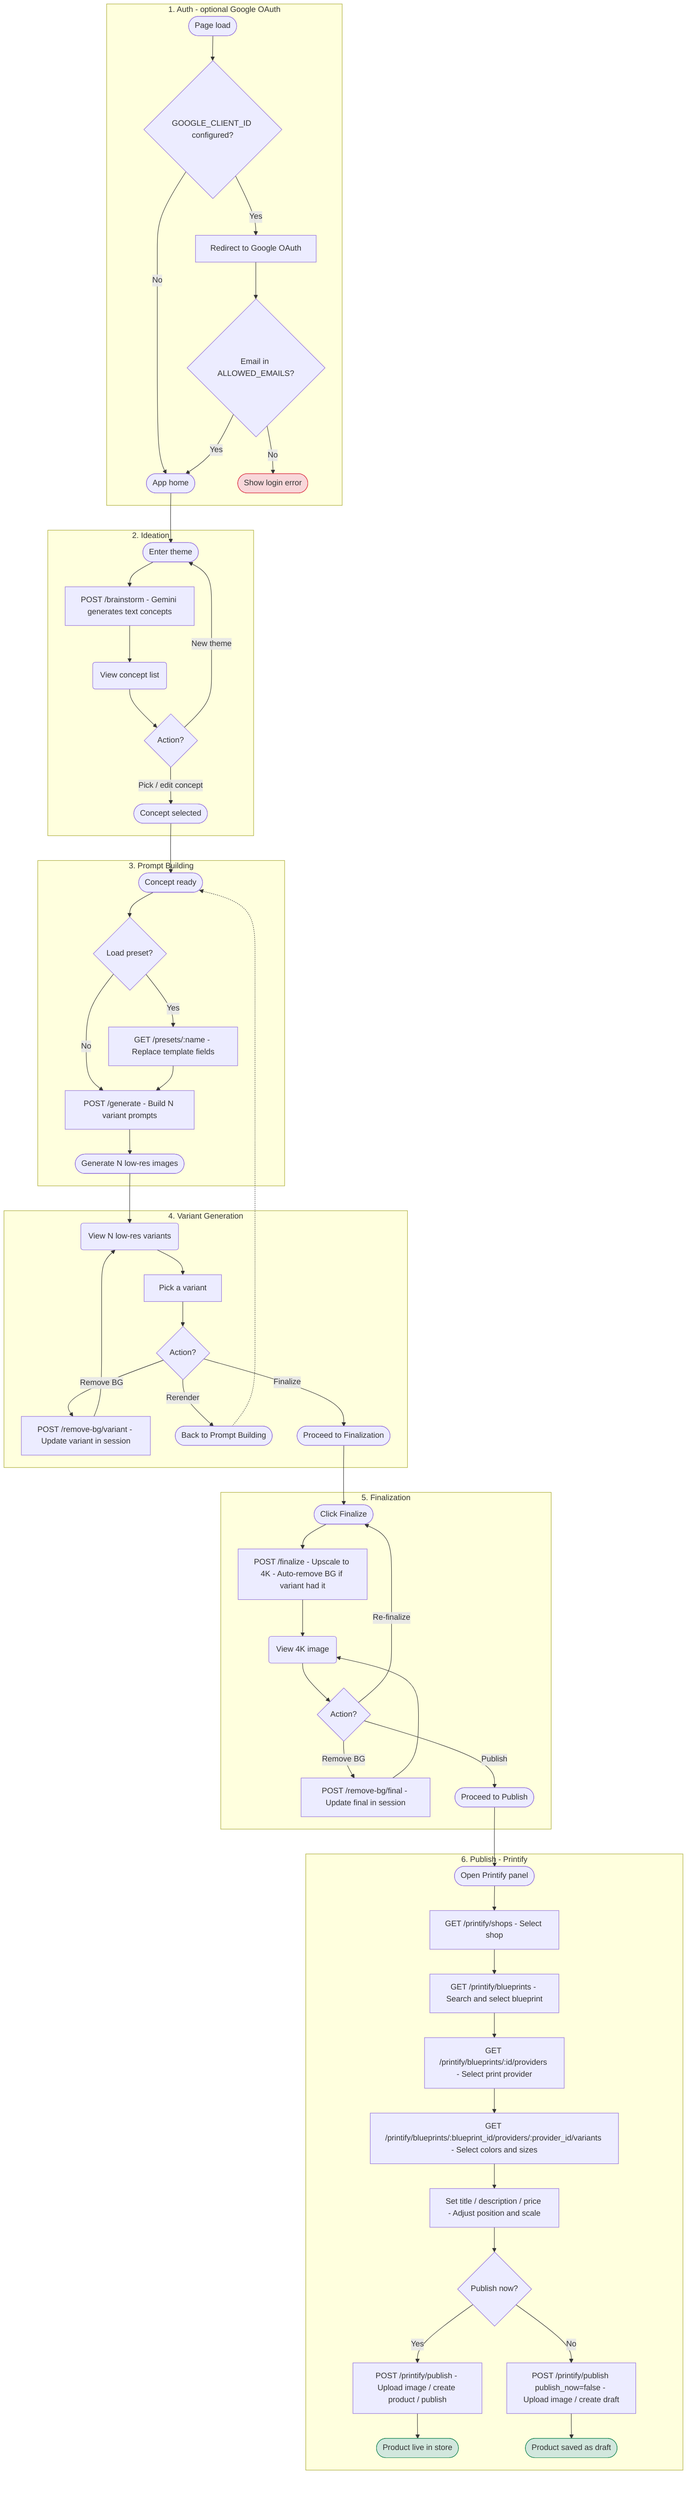
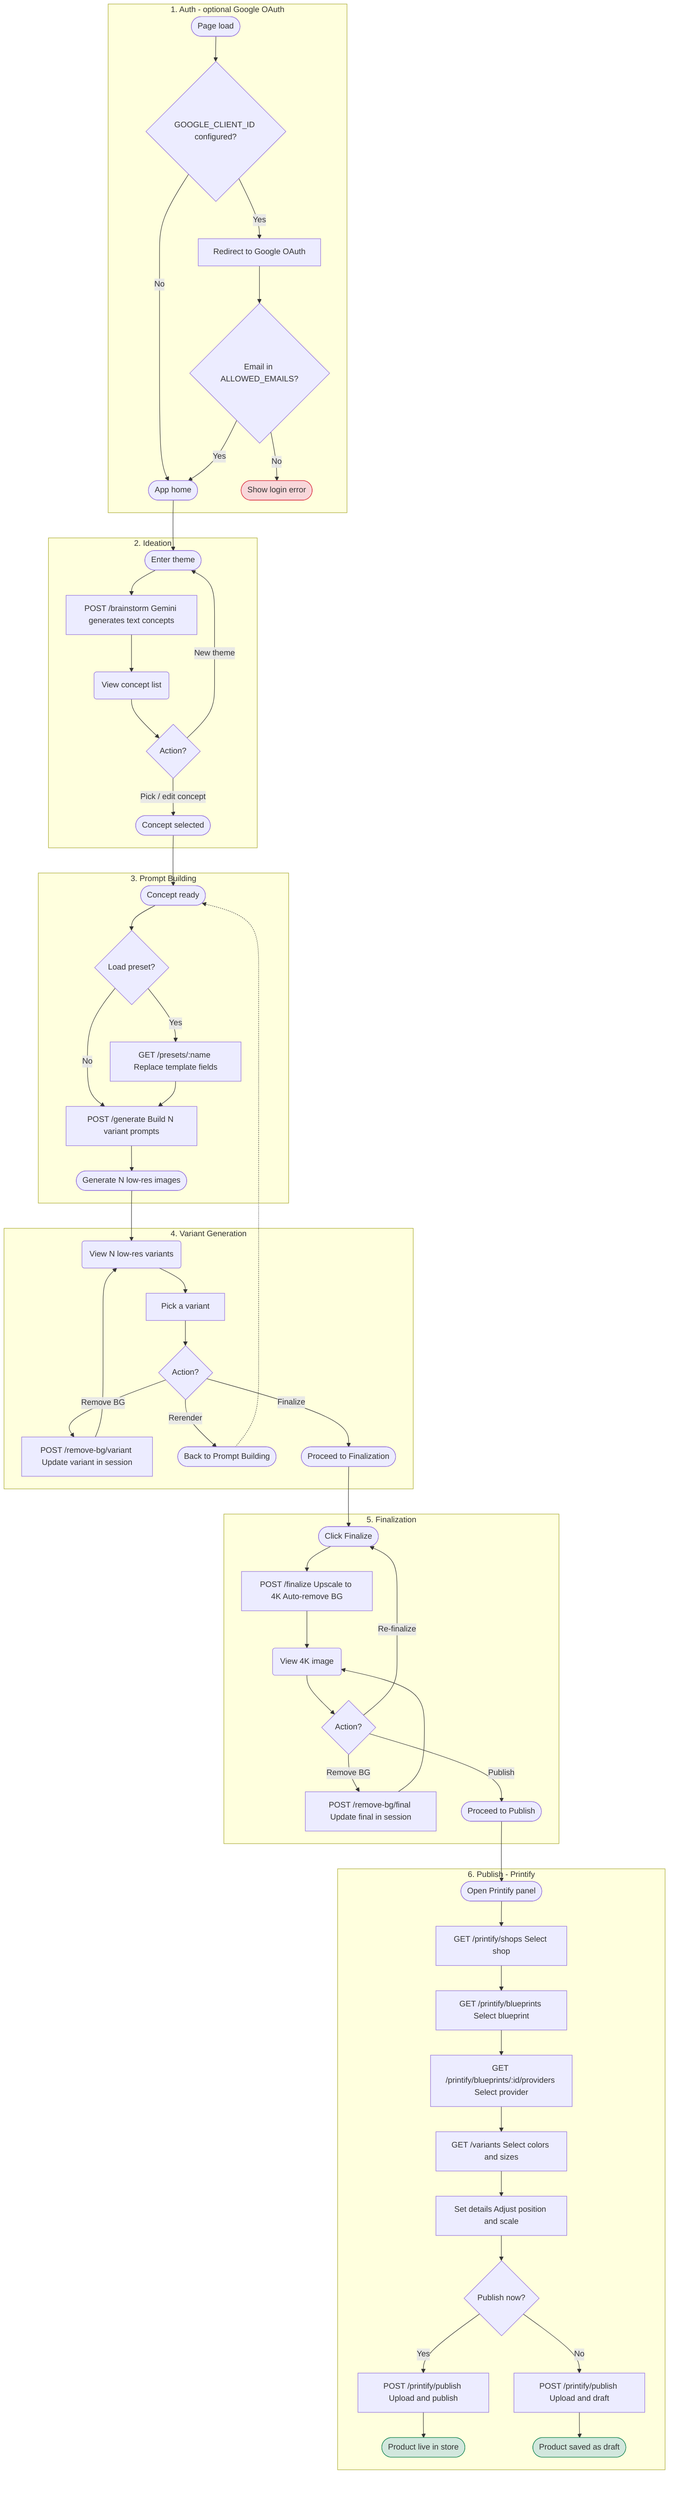
- flowchart TD
+ graph TD
    %% 1. Auth
-     subgraph "1. Auth - optional Google OAuth"
+     subgraph Auth [1. Auth - optional Google OAuth]
        PageLoad([Page load]) --> AuthEnabled{GOOGLE_CLIENT_ID configured?}
        AuthEnabled -- No --> AppHome([App home])
        AuthEnabled -- Yes --> OAuthRedirect[Redirect to Google OAuth]
        OAuthRedirect --> AllowlistCheck{Email in ALLOWED_EMAILS?}
        AllowlistCheck -- No --> LoginError([Show login error])
        AllowlistCheck -- Yes --> AppHome
    end

    %% 2. Ideation
-     subgraph "2. Ideation"
-         EnterTheme([Enter theme]) --> Brainstorm[POST /brainstorm - Gemini generates text concepts]
+     subgraph Ideation [2. Ideation]
+         EnterTheme([Enter theme]) --> Brainstorm[POST /brainstorm Gemini generates text concepts]
        Brainstorm --> ViewConcepts(View concept list)
        ViewConcepts --> IdeationChoice{Action?}
        IdeationChoice -- "Pick / edit concept" --> ConceptSelected([Concept selected])
        IdeationChoice -- "New theme" --> EnterTheme
    end

    %% 3. Prompt Building
-     subgraph "3. Prompt Building"
+     subgraph PromptBuild [3. Prompt Building]
        ConceptIn([Concept ready]) --> LoadPreset{Load preset?}
-         LoadPreset -- Yes --> ApplyPreset[GET /presets/:name - Replace template fields]
+         LoadPreset -- Yes --> ApplyPreset[GET /presets/:name Replace template fields]
        LoadPreset -- No --> BuildPrompts
-         ApplyPreset --> BuildPrompts[POST /generate - Build N variant prompts]
+         ApplyPreset --> BuildPrompts[POST /generate Build N variant prompts]
        BuildPrompts --> GenImages([Generate N low-res images])
    end

    %% 4. Variant Generation
-     subgraph "4. Variant Generation"
+     subgraph VariantGen [4. Variant Generation]
        ViewVariants(View N low-res variants) --> PickVariant[Pick a variant]
        PickVariant --> VariantChoice{Action?}
-         VariantChoice -- "Remove BG" --> RemoveBGVariant[POST /remove-bg/variant - Update variant in session]
+         VariantChoice -- "Remove BG" --> RemoveBGVariant[POST /remove-bg/variant Update variant in session]
        RemoveBGVariant --> ViewVariants
        VariantChoice -- "Rerender" --> RerenderVariants([Back to Prompt Building])
        VariantChoice -- "Finalize" --> ReadyToFinalize([Proceed to Finalization])
    end

    %% 5. Finalization
-     subgraph "5. Finalization"
-         ClickFinalize([Click Finalize]) --> Gen4K[POST /finalize - Upscale to 4K - Auto-remove BG if variant had it]
+     subgraph Finalization [5. Finalization]
+         ClickFinalize([Click Finalize]) --> Gen4K[POST /finalize Upscale to 4K Auto-remove BG]
        Gen4K --> View4K(View 4K image)
        View4K --> FinalChoice{Action?}
-         FinalChoice -- "Remove BG" --> RemoveBGFinal[POST /remove-bg/final - Update final in session]
+         FinalChoice -- "Remove BG" --> RemoveBGFinal[POST /remove-bg/final Update final in session]
        RemoveBGFinal --> View4K
        FinalChoice -- "Re-finalize" --> ClickFinalize
        FinalChoice -- "Publish" --> ReadyToPublish([Proceed to Publish])
    end

    %% 6. Publish
-     subgraph "6. Publish - Printify"
-         OpenPrintify([Open Printify panel]) --> SelectShop[GET /printify/shops - Select shop]
-         SelectShop --> SelectBlueprint[GET /printify/blueprints - Search and select blueprint]
-         SelectBlueprint --> SelectProvider[GET /printify/blueprints/:id/providers - Select print provider]
-         SelectProvider --> SelectVariants[GET /printify/blueprints/:blueprint_id/providers/:provider_id/variants - Select colors and sizes]
-         SelectVariants --> SetDetails[Set title / description / price - Adjust position and scale]
+     subgraph Publish [6. Publish - Printify]
+         OpenPrintify([Open Printify panel]) --> SelectShop[GET /printify/shops Select shop]
+         SelectShop --> SelectBlueprint[GET /printify/blueprints Select blueprint]
+         SelectBlueprint --> SelectProvider[GET /printify/blueprints/:id/providers Select provider]
+         SelectProvider --> SelectVariants[GET /variants Select colors and sizes]
+         SelectVariants --> SetDetails[Set details Adjust position and scale]
        SetDetails --> PublishChoice{Publish now?}
-         PublishChoice -- Yes --> PublishNow[POST /printify/publish - Upload image / create product / publish]
-         PublishChoice -- No --> SaveDraft[POST /printify/publish publish_now=false - Upload image / create draft]
+         PublishChoice -- Yes --> PublishNow[POST /printify/publish Upload and publish]
+         PublishChoice -- No --> SaveDraft[POST /printify/publish Upload and draft]
        PublishNow --> Done([Product live in store])
        SaveDraft --> Done2([Product saved as draft])
    end

    %% Phase transitions
    AppHome --> EnterTheme
    ConceptSelected --> ConceptIn
    GenImages --> ViewVariants
    RerenderVariants -.-> ConceptIn
    ReadyToFinalize --> ClickFinalize
    ReadyToPublish --> OpenPrintify

    %% Styling
    style LoginError fill:#f8d7da,stroke:#dc3545
    style Done fill:#d1e7dd,stroke:#198754
    style Done2 fill:#d1e7dd,stroke:#198754
